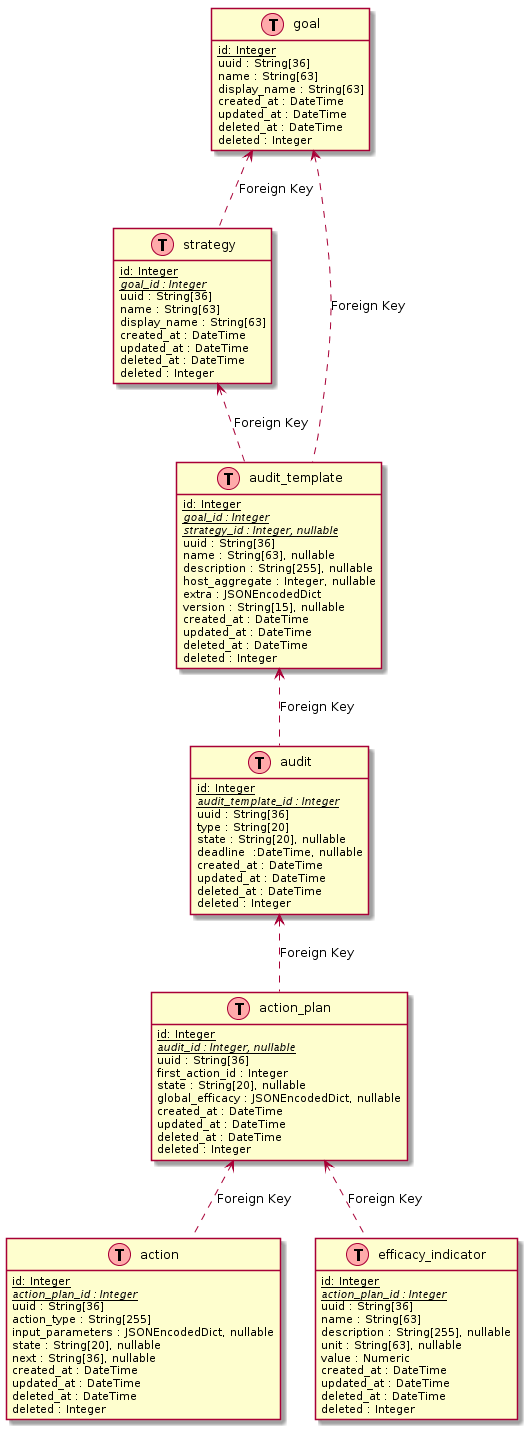
The PlantUML diagram doc/source/images/watcher_db_schema_diagram.png in openstack/watcher, before a commit. The source it was exported from:
```plantuml
@startuml
hide methods
hide stereotypes

class goal << (T,#FFAAAA) >> {
    <u>id: Integer</u>
    uuid : String[36]
    name : String[63]
    display_name : String[63]

    created_at : DateTime
    updated_at : DateTime
    deleted_at : DateTime
    deleted : Integer
}


class strategy << (T,#FFAAAA) >> {
    <u>id: Integer</u>
    <i><u>goal_id : Integer</u></i>
    uuid : String[36]
    name : String[63]
    display_name : String[63]

    created_at : DateTime
    updated_at : DateTime
    deleted_at : DateTime
    deleted : Integer
}


class audit_template << (T,#FFAAAA) >> {
    <u>id: Integer</u>
    <i><u>goal_id : Integer</u></i>
    <i><u>strategy_id : Integer, nullable</u></i>
    uuid : String[36]
    name : String[63], nullable
    description : String[255], nullable
    host_aggregate : Integer, nullable
    extra : JSONEncodedDict
    version : String[15], nullable

    created_at : DateTime
    updated_at : DateTime
    deleted_at : DateTime
    deleted : Integer
}


class audit << (T,#FFAAAA) >> {
    <u>id: Integer</u>
    <i><u>audit_template_id : Integer</u></i>
    uuid : String[36]
    type : String[20]
    state : String[20], nullable
    deadline  :DateTime, nullable

    created_at : DateTime
    updated_at : DateTime
    deleted_at : DateTime
    deleted : Integer
}


class action_plan << (T,#FFAAAA) >> {
    <u>id: Integer</u>
    <i><u>audit_id : Integer, nullable</u></i>
    uuid : String[36]
    first_action_id : Integer
    state : String[20], nullable
    global_efficacy : JSONEncodedDict, nullable

    created_at : DateTime
    updated_at : DateTime
    deleted_at : DateTime
    deleted : Integer
}


class action << (T,#FFAAAA) >> {
    <u>id: Integer</u>
    <i><u>action_plan_id : Integer</u></i>
    uuid : String[36]
    action_type : String[255]
    input_parameters : JSONEncodedDict, nullable
    state : String[20], nullable
    next : String[36], nullable

    created_at : DateTime
    updated_at : DateTime
    deleted_at : DateTime
    deleted : Integer
}


class efficacy_indicator << (T,#FFAAAA) >> {
    <u>id: Integer</u>
    <i><u>action_plan_id : Integer</u></i>
    uuid : String[36]
    name : String[63]
    description : String[255], nullable
    unit : String[63], nullable
    value : Numeric

    created_at : DateTime
    updated_at : DateTime
    deleted_at : DateTime
    deleted : Integer
}

 "goal" <.. "strategy" : Foreign Key
 "goal" <.. "audit_template" : Foreign Key
 "strategy" <.. "audit_template" : Foreign Key
 "audit_template" <.. "audit" : Foreign Key
 "action_plan" <.. "action" : Foreign Key
 "action_plan" <.. "efficacy_indicator" : Foreign Key
 "audit" <.. "action_plan" : Foreign Key

@enduml
```
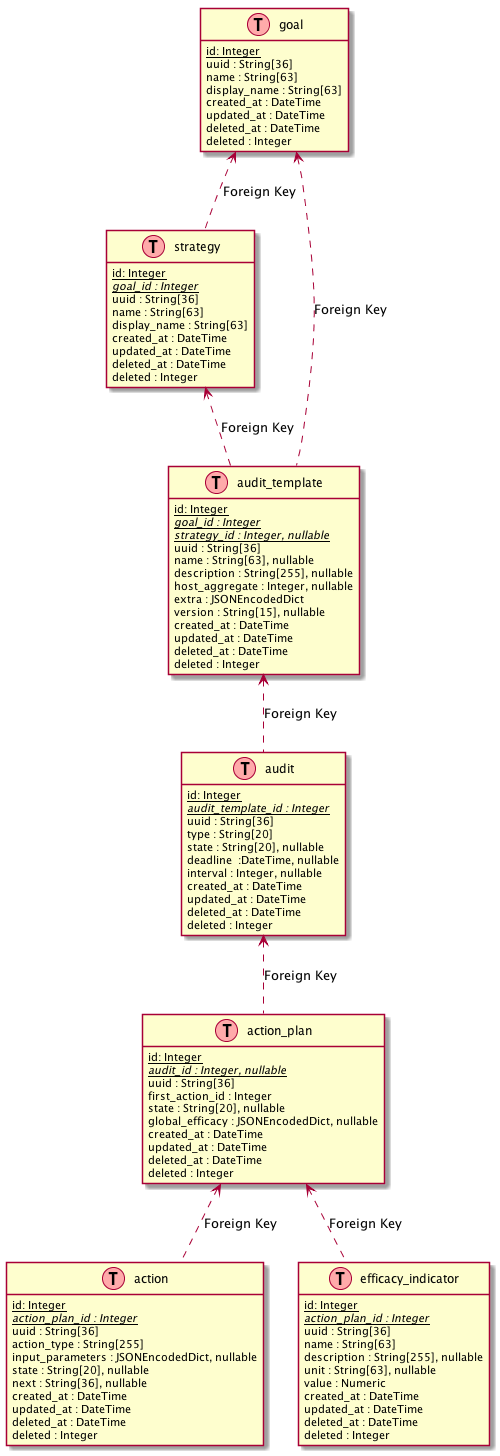
Later version of the same file.

What changed in the source:
```diff
@@ -54,6 +54,7 @@
     type : String[20]
     state : String[20], nullable
     deadline  :DateTime, nullable
+    interval : Integer, nullable
 
     created_at : DateTime
     updated_at : DateTime
```
